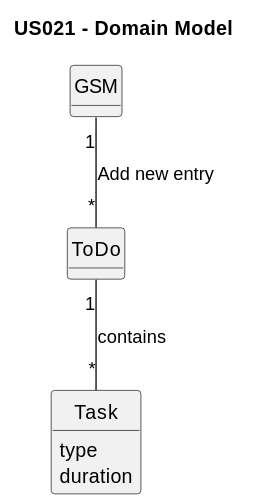
Above: docs/sprintC/us021/02.analysis/svg/us021-domain-model.svg in Rui-San/LAPR2_2023_2024 (PlantUML), before the change. Source of this version:
```plantuml
@startuml
skinparam monochrome true
skinparam packageStyle rectangle
skinparam shadowing false

title US021 - Domain Model
skinparam classAttributeIconSize 0

hide circle
hide methods



class GSM {

}
class ToDo {

}

class Task{
    type
    duration
}

GSM "1" -- "*" ToDo : Add new entry
ToDo "1" -- "*" Task : contains
@enduml
```
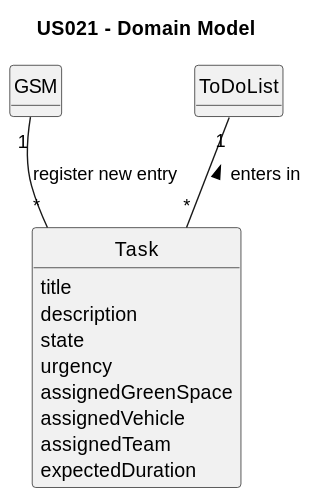
The same file after the commit.

Diff of the diagram source:
```diff
@@ -14,15 +14,21 @@
 class GSM {
 
 }
-class ToDo {
+class ToDoList {
 
 }
 
 class Task{
-    type
-    duration
+    title
+    description
+    state
+    urgency
+    assignedGreenSpace
+    assignedVehicle
+    assignedTeam
+    expectedDuration
 }
 
-GSM "1" -- "*" ToDo : Add new entry
-ToDo "1" -- "*" Task : contains
+GSM "1" -- "*" Task : "register new entry"
+ToDoList "1" -- "*" Task : "enters in <"
 @enduml
```
